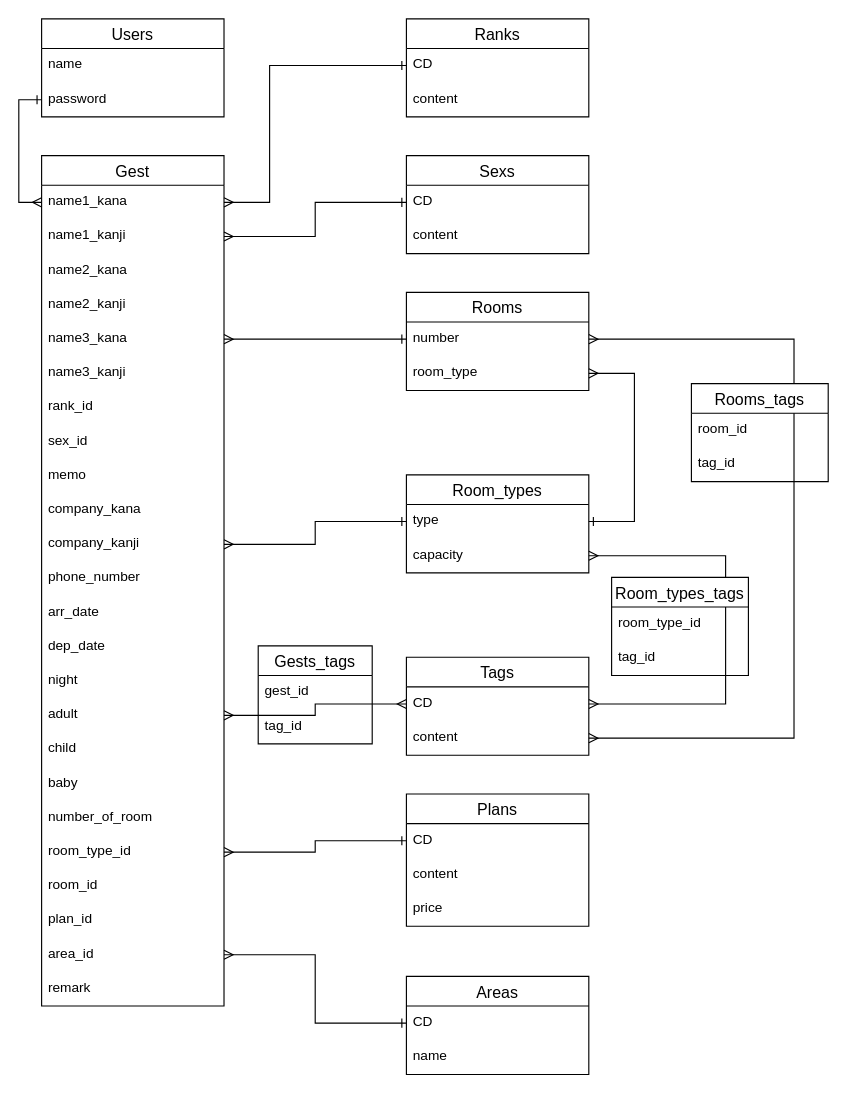
mamochi31/hotel-app keeps this draw.io diagram as dio/table.dio. Above is the earlier version. Source tidied: cells renumbered, new cells numbered last; positions are measured from the earlier drawing's top-left corner, leaving out a move shared by most shapes. Both pictures are drawn from the tidied source at 114%, with x=0, y=0 at pixel (18, 18).
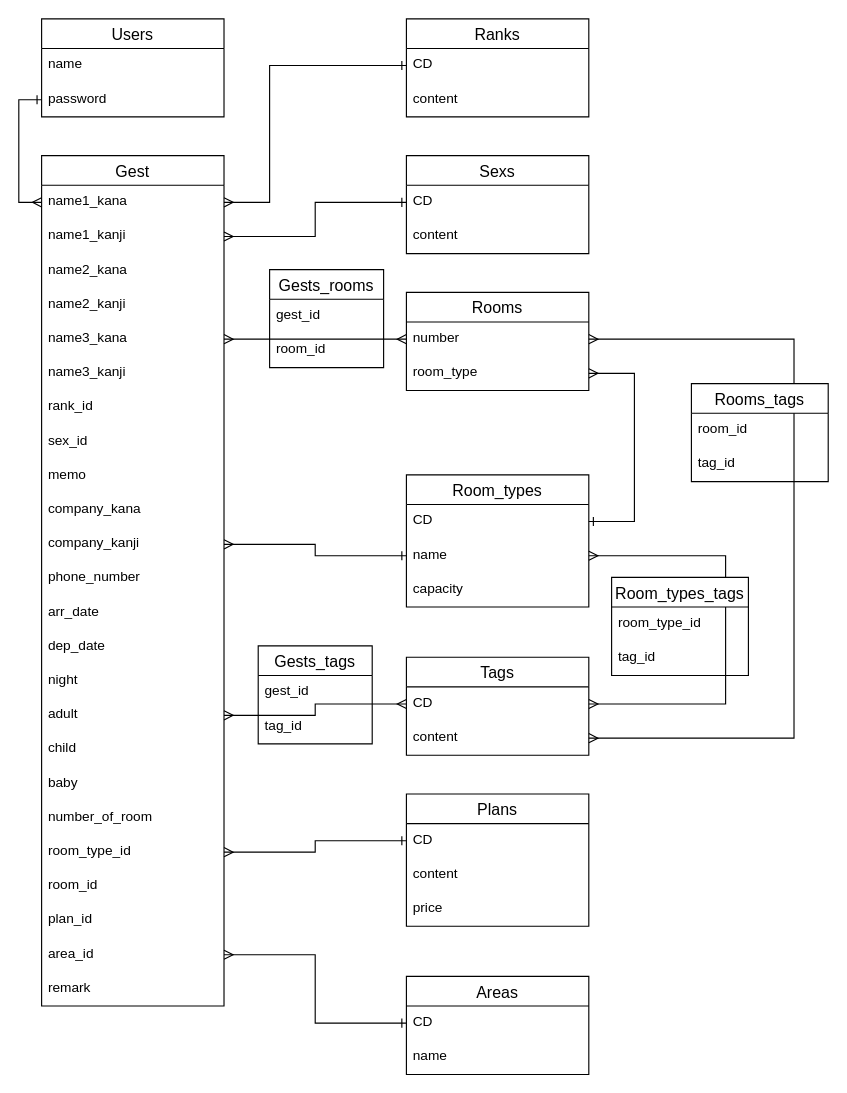
Above is the later version.

Unchanged cells that the change refers to:
```xml
<mxCell id="10" value="name3_kana" style="text;strokeColor=none;fillColor=none;spacingLeft=4;spacingRight=4;overflow=hidden;points=[[0,0.5],[1,0.5]];portConstraint=eastwest;fontSize=12;" parent="5" vertex="1">
  <mxGeometry y="146" width="160" height="30" as="geometry" />
</mxCell>
<mxCell id="40" value="CD" style="text;strokeColor=none;fillColor=none;spacingLeft=4;spacingRight=4;overflow=hidden;points=[[0,0.5],[1,0.5]];portConstraint=eastwest;fontSize=12;" parent="39" vertex="1">
  <mxGeometry y="26" width="160" height="30" as="geometry" />
</mxCell>
<mxCell id="43" value="number" style="text;strokeColor=none;fillColor=none;spacingLeft=4;spacingRight=4;overflow=hidden;points=[[0,0.5],[1,0.5]];portConstraint=eastwest;fontSize=12;" parent="42" vertex="1">
  <mxGeometry y="26" width="160" height="30" as="geometry" />
</mxCell>
<mxCell id="44" value="room_type" style="text;strokeColor=none;fillColor=none;spacingLeft=4;spacingRight=4;overflow=hidden;points=[[0,0.5],[1,0.5]];portConstraint=eastwest;fontSize=12;" parent="42" vertex="1">
  <mxGeometry y="56" width="160" height="30" as="geometry" />
</mxCell>
```

What changed in the source:
```diff
@@
     <mxCell id="36" value="Room_types" style="swimlane;fontStyle=0;horizontal=1;startSize=26;align=center;fontSize=14;" parent="1" vertex="1">
-      <mxGeometry x="340" y="400" width="160" height="86" as="geometry" />
+      <mxGeometry x="340" y="400" width="160" height="116" as="geometry" />
     </mxCell>
+    <mxCell id="72" value="CD" style="text;strokeColor=none;fillColor=none;spacingLeft=4;spacingRight=4;overflow=hidden;fontSize=12;" parent="36" vertex="1">
+      <mxGeometry y="26" width="160" height="30" as="geometry" />
+    </mxCell>
-    <mxCell id="37" value="type" style="text;strokeColor=none;fillColor=none;spacingLeft=4;spacingRight=4;overflow=hidden;points=[[0,0.5],[1,0.5]];portConstraint=eastwest;fontSize=12;" parent="36" vertex="1">
-      <mxGeometry y="26" width="160" height="30" as="geometry" />
+    <mxCell id="37" value="name" style="text;strokeColor=none;fillColor=none;spacingLeft=4;spacingRight=4;overflow=hidden;points=[[0,0.5],[1,0.5]];portConstraint=eastwest;fontSize=12;" parent="36" vertex="1">
+      <mxGeometry y="56" width="160" height="30" as="geometry" />
     </mxCell>
     <mxCell id="38" value="capacity" style="text;strokeColor=none;fillColor=none;spacingLeft=4;spacingRight=4;overflow=hidden;points=[[0,0.5],[1,0.5]];portConstraint=eastwest;fontSize=12;" parent="36" vertex="1">
-      <mxGeometry y="56" width="160" height="30" as="geometry" />
+      <mxGeometry y="86" width="160" height="30" as="geometry" />
     </mxCell>
@@
-    <mxCell id="55" style="edgeStyle=orthogonalEdgeStyle;rounded=0;jettySize=auto;html=1;exitX=0;exitY=0.5;exitDx=0;exitDy=0;entryX=1;entryY=0.5;entryDx=0;entryDy=0;startArrow=ERone;startFill=0;endArrow=ERmany;endFill=0;" parent="1" edge="1" source="43" target="10">
+    <mxCell id="55" style="edgeStyle=orthogonalEdgeStyle;rounded=0;jettySize=auto;html=1;exitX=0;exitY=0.5;exitDx=0;exitDy=0;entryX=1;entryY=0.5;entryDx=0;entryDy=0;startArrow=ERmany;startFill=0;endArrow=ERmany;endFill=0;" parent="1" edge="1" source="43" target="10">
       <mxGeometry relative="1" as="geometry" />
     </mxCell>
@@
-    <mxCell id="58" style="edgeStyle=orthogonalEdgeStyle;rounded=0;jettySize=auto;html=1;exitX=1;exitY=0.5;exitDx=0;exitDy=0;entryX=1;entryY=0.5;entryDx=0;entryDy=0;startArrow=ERmany;startFill=0;endArrow=ERmany;endFill=0;" parent="1" edge="1" source="40" target="38">
+    <mxCell id="58" style="edgeStyle=orthogonalEdgeStyle;rounded=0;jettySize=auto;html=1;exitX=1;exitY=0.5;exitDx=0;exitDy=0;startArrow=ERmany;startFill=0;endArrow=ERmany;endFill=0;" parent="1" edge="1" source="40">
       <mxGeometry relative="1" as="geometry">
+        <mxPoint x="500" y="471" as="targetPoint" />
         <Array as="points">
           <mxPoint x="620" y="601" />
           <mxPoint x="620" y="471" />
         </Array>
       </mxGeometry>
     </mxCell>
-    <mxCell id="59" style="edgeStyle=orthogonalEdgeStyle;rounded=0;jettySize=auto;html=1;exitX=1;exitY=0.5;exitDx=0;exitDy=0;startArrow=ERone;startFill=0;endArrow=ERmany;endFill=0;entryX=1;entryY=0.5;entryDx=0;entryDy=0;" parent="1" edge="1" source="37" target="44">
+    <mxCell id="59" style="edgeStyle=orthogonalEdgeStyle;rounded=0;jettySize=auto;html=1;startArrow=ERone;startFill=0;endArrow=ERmany;endFill=0;entryX=1;entryY=0.5;entryDx=0;entryDy=0;" parent="1" edge="1" target="44">
       <mxGeometry relative="1" as="geometry">
+        <mxPoint x="500" y="441" as="sourcePoint" />
         <Array as="points">
           <mxPoint x="540" y="441" />
           <mxPoint x="540" y="311" />
         </Array>
       </mxGeometry>
     </mxCell>
@@
+    <mxCell id="73" value="Gests_rooms" style="swimlane;fontStyle=0;horizontal=1;startSize=26;align=center;fontSize=14;" parent="1" vertex="1">
+      <mxGeometry x="220" y="220" width="100" height="86" as="geometry" />
+    </mxCell>
+    <mxCell id="74" value="gest_id" style="text;strokeColor=none;fillColor=none;spacingLeft=4;spacingRight=4;overflow=hidden;fontSize=12;" parent="73" vertex="1">
+      <mxGeometry y="26" width="100" height="30" as="geometry" />
+    </mxCell>
+    <mxCell id="75" value="room_id" style="text;strokeColor=none;fillColor=none;spacingLeft=4;spacingRight=4;overflow=hidden;fontSize=12;" parent="73" vertex="1">
+      <mxGeometry y="56" width="100" height="30" as="geometry" />
+    </mxCell>
```
